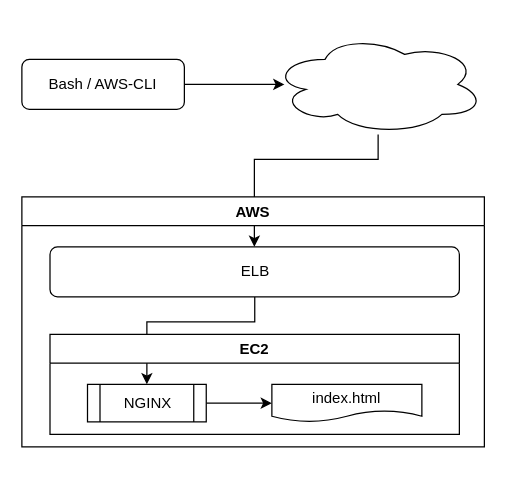
The draw.io diagram cspl_schema_hl.drawio in mcfisch/cspl, before the edit. Source tidied: cells renumbered, new cells numbered last; positions are measured from the earlier drawing's top-left corner, leaving out a move shared by most shapes. Both pictures are drawn from the tidied source at 125%, with x=0, y=0 at pixel (21, 34).
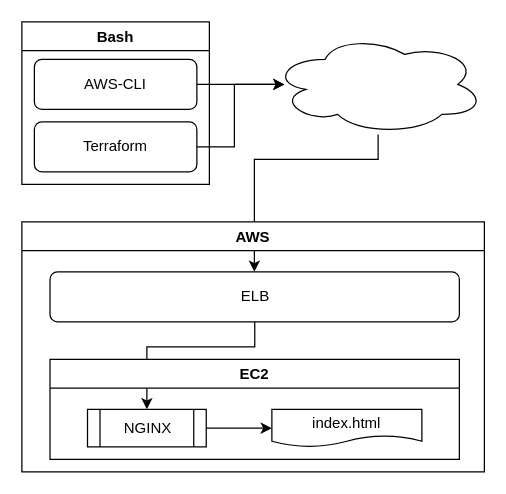
The same diagram, later.

Commit message (it also covers changes not shown here):
Updated client part

Change to the diagram source:
```diff
@@
 <mxGraphModel>
   <root>
     <mxCell id="0" />
     <mxCell id="1" parent="0" />
     <mxCell id="2" style="edgeStyle=orthogonalEdgeStyle;rounded=0;jettySize=auto;html=1;exitX=1;exitY=0.5;exitDx=0;exitDy=0;entryX=0.059;entryY=0.5;entryDx=0;entryDy=0;entryPerimeter=0;" parent="1" edge="1" source="3" target="5">
       <mxGeometry relative="1" as="geometry" />
     </mxCell>
-    <mxCell id="3" value="Bash / AWS-CLI" style="rounded=1;whiteSpace=wrap;html=1;" parent="1" vertex="1">
-      <mxGeometry y="20" width="130" height="40" as="geometry" />
-    </mxCell>
     <mxCell id="4" style="edgeStyle=orthogonalEdgeStyle;rounded=0;jettySize=auto;html=1;" parent="1" edge="1" source="5" target="8">
       <mxGeometry relative="1" as="geometry">
         <Array as="points">
           <mxPoint x="285" y="100" />
           <mxPoint x="186" y="100" />
         </Array>
       </mxGeometry>
     </mxCell>
     <mxCell id="5" style="ellipse;shape=cloud;whiteSpace=wrap;html=1;" parent="1" vertex="1">
       <mxGeometry x="200" width="170" height="80" as="geometry" />
     </mxCell>
     <mxCell id="6" value="AWS" style="swimlane;" parent="1" vertex="1">
-      <mxGeometry y="130" width="370" height="200" as="geometry" />
+      <mxGeometry y="150" width="370" height="200" as="geometry" />
     </mxCell>
     <mxCell id="7" style="edgeStyle=orthogonalEdgeStyle;rounded=0;jettySize=auto;html=1;entryX=0.5;entryY=0;entryDx=0;entryDy=0;" parent="6" edge="1" source="8" target="11">
       <mxGeometry relative="1" as="geometry">
         <Array as="points">
           <mxPoint x="186" y="100" />
           <mxPoint x="100" y="100" />
         </Array>
       </mxGeometry>
     </mxCell>
     <mxCell id="8" value="ELB" style="rounded=1;whiteSpace=wrap;html=1;" parent="6" vertex="1">
       <mxGeometry x="22.5" y="40" width="327.5" height="40" as="geometry" />
     </mxCell>
     <mxCell id="9" value="EC2" style="swimlane;startSize=23;" parent="6" vertex="1">
       <mxGeometry x="22.5" y="110" width="327.5" height="80" as="geometry" />
     </mxCell>
     <mxCell id="10" style="edgeStyle=orthogonalEdgeStyle;rounded=0;jettySize=auto;html=1;entryX=0;entryY=0.5;entryDx=0;entryDy=0;" parent="9" edge="1" source="11" target="12">
       <mxGeometry relative="1" as="geometry" />
     </mxCell>
     <mxCell id="11" value="NGINX" style="shape=process;whiteSpace=wrap;html=1;backgroundOutline=1;" parent="9" vertex="1">
       <mxGeometry x="30" y="40" width="95" height="30" as="geometry" />
     </mxCell>
     <mxCell id="12" value="index.html" style="shape=document;whiteSpace=wrap;html=1;boundedLbl=1;" parent="9" vertex="1">
       <mxGeometry x="177.5" y="40" width="120" height="30" as="geometry" />
     </mxCell>
+    <mxCell id="13" value="Bash" style="swimlane;startSize=23;" parent="1" vertex="1">
+      <mxGeometry y="-10" width="150" height="130" as="geometry" />
+    </mxCell>
+    <mxCell id="3" value="AWS-CLI" style="rounded=1;whiteSpace=wrap;html=1;" parent="13" vertex="1">
+      <mxGeometry x="10" y="30" width="130" height="40" as="geometry" />
+    </mxCell>
+    <mxCell id="14" value="Terraform" style="rounded=1;whiteSpace=wrap;html=1;" parent="13" vertex="1">
+      <mxGeometry x="10" y="80" width="130" height="40" as="geometry" />
+    </mxCell>
+    <mxCell id="15" style="edgeStyle=orthogonalEdgeStyle;rounded=0;jettySize=auto;html=1;entryX=0.059;entryY=0.5;entryDx=0;entryDy=0;entryPerimeter=0;" parent="1" edge="1" source="14" target="5">
+      <mxGeometry relative="1" as="geometry" />
+    </mxCell>
   </root>
 </mxGraphModel>
```
